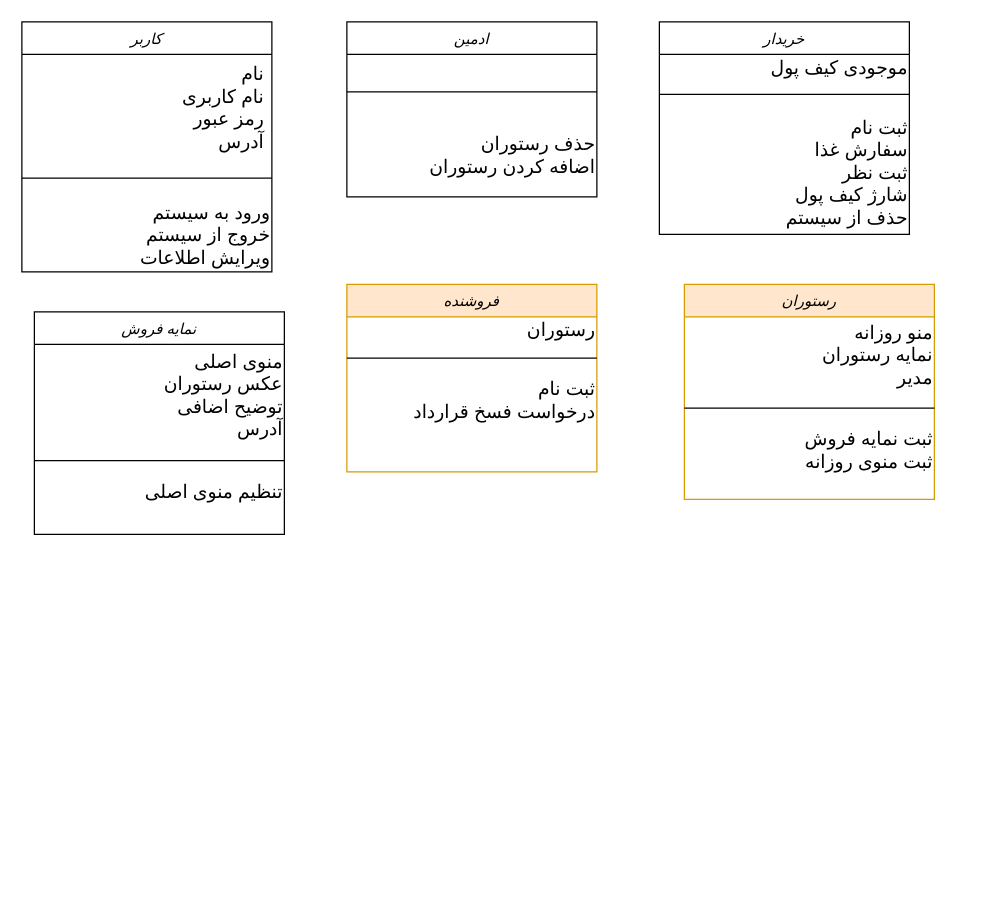
The draw.io diagram gggggg.drawio in khoramian/TahDig_SoftwareEngineering, before the edit. Source tidied: cells renumbered, new cells numbered last; positions are measured from the earlier drawing's top-left corner, leaving out a move shared by most shapes. Both pictures are drawn from the tidied source at 125%, with x=0, y=0 at pixel (21, 21).
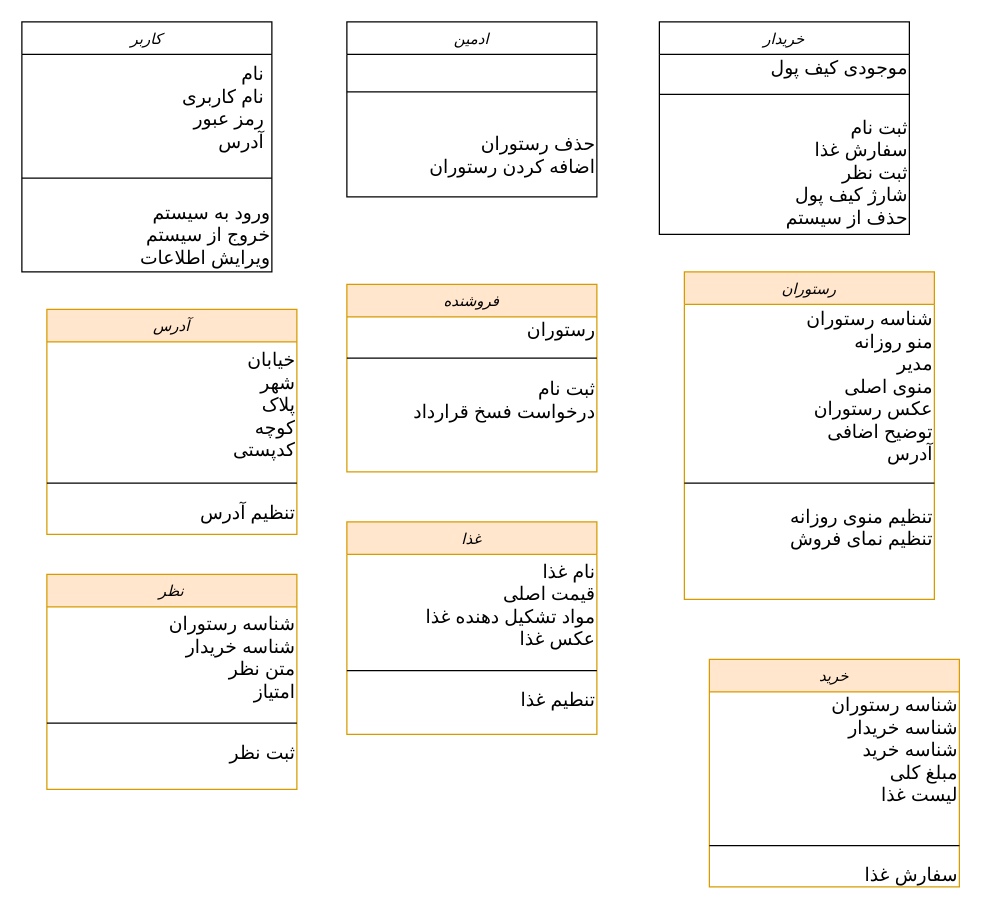
Above is the later version.

What changed in the source:
```diff
@@
     <mxCell id="17" value="رستوران" style="swimlane;fontStyle=2;align=center;verticalAlign=top;horizontal=1;startSize=26;rounded=0;shadow=0;strokeWidth=1;fillColor=#ffe6cc;strokeColor=#d79b00;" parent="1" vertex="1">
-      <mxGeometry x="530" y="210" width="200" height="172" as="geometry" />
+      <mxGeometry x="530" y="200" width="200" height="262" as="geometry" />
     </mxCell>
-    <mxCell id="18" value="&lt;div&gt;منو روزانه&lt;br&gt;&lt;/div&gt;&lt;div&gt;نمایه رستوران&lt;/div&gt;&lt;div&gt;مدیر&lt;/div&gt;" style="text;html=1;align=right;verticalAlign=middle;fontSize=15;" parent="17" vertex="1">
-      <mxGeometry y="26" width="200" height="60" as="geometry" />
+    <mxCell id="18" value="&lt;div&gt;شناسه رستوران&lt;br&gt;&lt;/div&gt;&lt;div&gt;منو روزانه&lt;br&gt;&lt;/div&gt;&lt;div&gt;مدیر&lt;/div&gt;&lt;div&gt;&lt;div&gt;منوی اصلی&lt;/div&gt;&lt;div&gt;عکس رستوران &lt;br&gt;&lt;/div&gt;&lt;div&gt;توضیح اضافی &lt;br&gt;&lt;/div&gt;&lt;div&gt;آدرس&lt;br&gt;&lt;/div&gt;&lt;/div&gt;" style="text;html=1;align=right;verticalAlign=middle;fontSize=15;" parent="17" vertex="1">
+      <mxGeometry y="26" width="200" height="130" as="geometry" />
     </mxCell>
     <mxCell id="19" style="line;html=1;strokeWidth=1;align=left;verticalAlign=middle;spacingTop=-1;spacingLeft=3;spacingRight=3;labelPosition=right;" parent="17" vertex="1">
-      <mxGeometry y="86" width="200" height="26" as="geometry" />
+      <mxGeometry y="156" width="200" height="26" as="geometry" />
     </mxCell>
-    <mxCell id="20" value="&lt;div&gt;ثبت نمایه فروش&lt;/div&gt;&lt;div&gt;ثبت منوی روزانه&lt;br&gt;&lt;/div&gt;" style="text;html=1;align=right;verticalAlign=middle;fontSize=15;" parent="17" vertex="1">
-      <mxGeometry y="112" width="200" height="40" as="geometry" />
+    <mxCell id="20" value="&lt;div&gt;تنظیم منوی روزانه&lt;br&gt;&lt;/div&gt;&lt;div&gt;&lt;div&gt;تنظیم نمای فروش&lt;br&gt;&lt;/div&gt;&lt;div&gt;&lt;br&gt;&lt;/div&gt;&lt;div&gt;&lt;br&gt;&lt;/div&gt;&lt;/div&gt;" style="text;html=1;align=right;verticalAlign=middle;fontSize=15;" parent="17" vertex="1">
+      <mxGeometry y="182" width="200" height="80" as="geometry" />
     </mxCell>
-    <mxCell id="21" value="نمایه فروش" style="swimlane;fontStyle=2;align=center;verticalAlign=top;horizontal=1;startSize=26;rounded=0;shadow=0;strokeWidth=1;" parent="1" vertex="1">
-      <mxGeometry x="10" y="232" width="200" height="178" as="geometry" />
-    </mxCell>
-    <mxCell id="22" value="&lt;div&gt;منوی اصلی&lt;/div&gt;&lt;div&gt;عکس رستوران &lt;br&gt;&lt;/div&gt;&lt;div&gt;توضیح اضافی &lt;br&gt;&lt;/div&gt;&lt;div&gt;آدرس&lt;br&gt;&lt;/div&gt;" style="text;html=1;align=right;verticalAlign=middle;fontSize=15;" parent="21" vertex="1">
-      <mxGeometry y="26" width="200" height="80" as="geometry" />
-    </mxCell>
-    <mxCell id="23" style="line;html=1;strokeWidth=1;align=left;verticalAlign=middle;spacingTop=-1;spacingLeft=3;spacingRight=3;labelPosition=right;" parent="21" vertex="1">
-      <mxGeometry y="106" width="200" height="26" as="geometry" />
-    </mxCell>
-    <mxCell id="24" value="&lt;div&gt;تنظیم منوی اصلی&lt;/div&gt;&lt;div&gt;&lt;br&gt;&lt;/div&gt;" style="text;html=1;align=right;verticalAlign=middle;fontSize=15;" parent="21" vertex="1">
-      <mxGeometry y="132" width="200" height="40" as="geometry" />
-    </mxCell>
+    <mxCell id="25" value="آدرس" style="swimlane;fontStyle=2;align=center;verticalAlign=top;horizontal=1;startSize=26;rounded=0;shadow=0;strokeWidth=1;fillColor=#ffe6cc;strokeColor=#d79b00;" parent="1" vertex="1">
+      <mxGeometry x="20" y="230" width="200" height="180" as="geometry" />
+    </mxCell>
+    <mxCell id="26" value="&lt;div&gt;خیابان&lt;/div&gt;&lt;div&gt;شهر&lt;/div&gt;&lt;div&gt;پلاک &lt;br&gt;&lt;/div&gt;&lt;div&gt;کوچه &lt;br&gt;&lt;/div&gt;&lt;div&gt;کدپستی&lt;br&gt;&lt;/div&gt;" style="text;html=1;align=right;verticalAlign=middle;fontSize=15;" parent="25" vertex="1">
+      <mxGeometry y="26" width="200" height="100" as="geometry" />
+    </mxCell>
+    <mxCell id="27" style="line;html=1;strokeWidth=1;align=left;verticalAlign=middle;spacingTop=-1;spacingLeft=3;spacingRight=3;labelPosition=right;" parent="25" vertex="1">
+      <mxGeometry y="126" width="200" height="26" as="geometry" />
+    </mxCell>
+    <mxCell id="28" value="تنظیم آدرس" style="text;html=1;align=right;verticalAlign=middle;fontSize=15;" parent="25" vertex="1">
+      <mxGeometry y="152" width="200" height="20" as="geometry" />
+    </mxCell>
+    <mxCell id="29" value="غذا" style="swimlane;fontStyle=2;align=center;verticalAlign=top;horizontal=1;startSize=26;rounded=0;shadow=0;strokeWidth=1;fillColor=#ffe6cc;strokeColor=#d79b00;" parent="1" vertex="1">
+      <mxGeometry x="260" y="400" width="200" height="170" as="geometry" />
+    </mxCell>
+    <mxCell id="30" value="&lt;div&gt;نام غذا&lt;/div&gt;&lt;div&gt;قیمت اصلی&lt;/div&gt;&lt;div&gt;مواد تشکیل دهنده غذا&lt;/div&gt;&lt;div&gt;عکس غذا&lt;br&gt;&lt;/div&gt;" style="text;html=1;align=right;verticalAlign=middle;fontSize=15;" parent="29" vertex="1">
+      <mxGeometry y="26" width="200" height="80" as="geometry" />
+    </mxCell>
+    <mxCell id="31" style="line;html=1;strokeWidth=1;align=left;verticalAlign=middle;spacingTop=-1;spacingLeft=3;spacingRight=3;labelPosition=right;" parent="29" vertex="1">
+      <mxGeometry y="106" width="200" height="26" as="geometry" />
+    </mxCell>
+    <mxCell id="32" value="تنطیم غذا" style="text;html=1;align=right;verticalAlign=middle;fontSize=15;" parent="29" vertex="1">
+      <mxGeometry y="132" width="200" height="20" as="geometry" />
+    </mxCell>
+    <mxCell id="33" value="نظر" style="swimlane;fontStyle=2;align=center;verticalAlign=top;horizontal=1;startSize=26;rounded=0;shadow=0;strokeWidth=1;fillColor=#ffe6cc;strokeColor=#d79b00;" parent="1" vertex="1">
+      <mxGeometry x="20" y="442" width="200" height="172" as="geometry" />
+    </mxCell>
+    <mxCell id="34" value="&lt;div&gt;شناسه رستوران&lt;/div&gt;&lt;div&gt;شناسه خریدار&lt;/div&gt;&lt;div&gt;متن نظر &lt;br&gt;&lt;/div&gt;&lt;div&gt;امتیاز&lt;br&gt;&lt;/div&gt;" style="text;html=1;align=right;verticalAlign=middle;fontSize=15;" parent="33" vertex="1">
+      <mxGeometry y="26" width="200" height="80" as="geometry" />
+    </mxCell>
+    <mxCell id="35" style="line;html=1;strokeWidth=1;align=left;verticalAlign=middle;spacingTop=-1;spacingLeft=3;spacingRight=3;labelPosition=right;" parent="33" vertex="1">
+      <mxGeometry y="106" width="200" height="26" as="geometry" />
+    </mxCell>
+    <mxCell id="36" value="ثبت نظر" style="text;html=1;align=right;verticalAlign=middle;fontSize=15;" parent="33" vertex="1">
+      <mxGeometry y="132" width="200" height="20" as="geometry" />
+    </mxCell>
+    <mxCell id="37" value="خرید" style="swimlane;fontStyle=2;align=center;verticalAlign=top;horizontal=1;startSize=26;rounded=0;shadow=0;strokeWidth=1;fillColor=#ffe6cc;strokeColor=#d79b00;" parent="1" vertex="1">
+      <mxGeometry x="550" y="510" width="200" height="182" as="geometry" />
+    </mxCell>
+    <mxCell id="38" value="&lt;div&gt;شناسه رستوران&lt;/div&gt;&lt;div&gt;شناسه خریدار&lt;/div&gt;&lt;div&gt;شناسه خرید &lt;br&gt;&lt;/div&gt;&lt;div&gt;مبلغ کلی&lt;/div&gt;&lt;div&gt;لیست غذا&lt;/div&gt;&lt;div&gt;&lt;br&gt;&lt;/div&gt;" style="text;html=1;align=right;verticalAlign=middle;fontSize=15;" parent="37" vertex="1">
+      <mxGeometry y="26" width="200" height="110" as="geometry" />
+    </mxCell>
+    <mxCell id="39" style="line;html=1;strokeWidth=1;align=left;verticalAlign=middle;spacingTop=-1;spacingLeft=3;spacingRight=3;labelPosition=right;" parent="37" vertex="1">
+      <mxGeometry y="136" width="200" height="26" as="geometry" />
+    </mxCell>
+    <mxCell id="40" value="سفارش غذا" style="text;html=1;align=right;verticalAlign=middle;fontSize=15;" parent="37" vertex="1">
+      <mxGeometry y="162" width="200" height="20" as="geometry" />
+    </mxCell>
```
